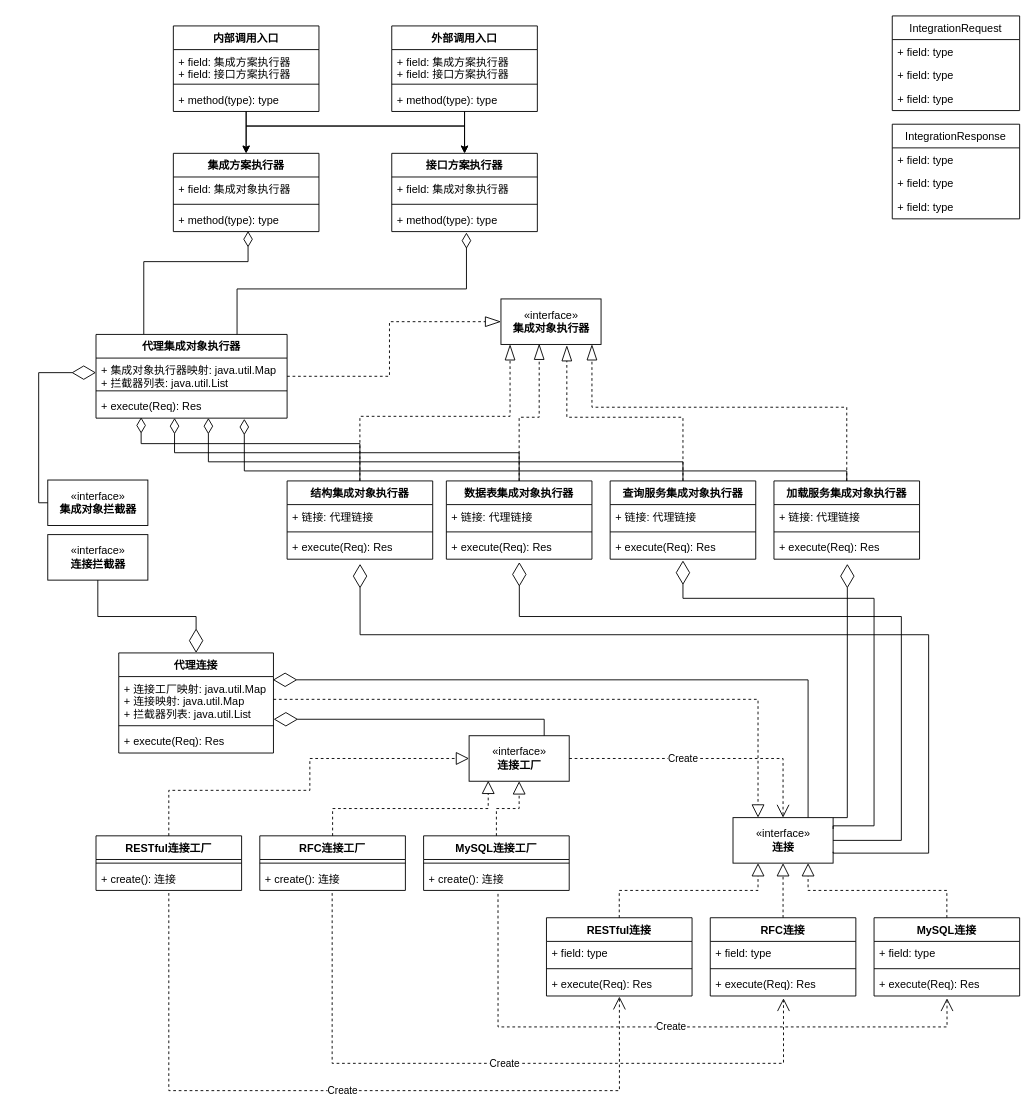
The draw.io diagram Integration.drawio in Pyr0man1ac/draw.io, before the edit. Source tidied: cells renumbered, new cells numbered last; positions are measured from the earlier drawing's top-left corner, leaving out a move shared by most shapes. Both pictures are drawn from the tidied source at 91%, with x=0, y=0 at pixel (47, 15).
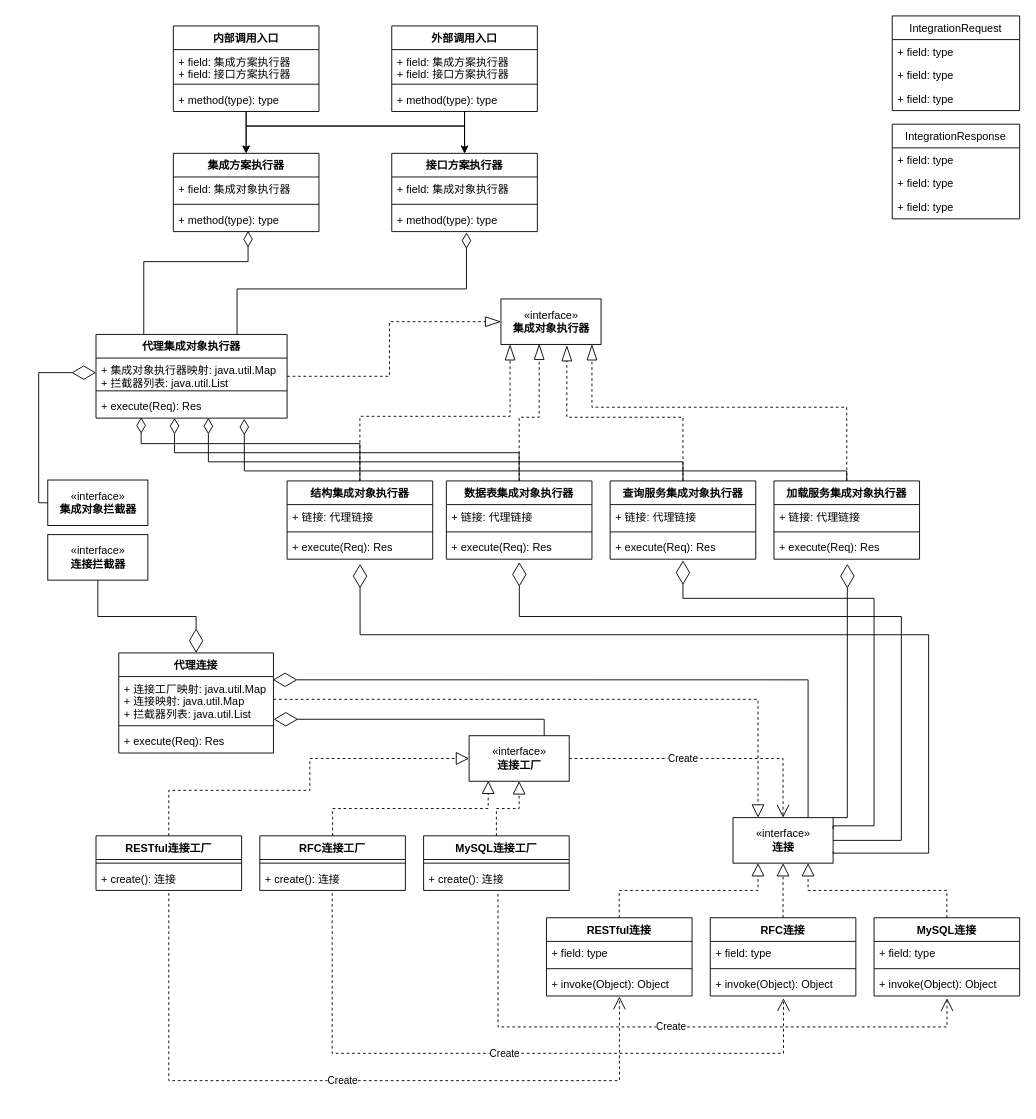
Above is the later version.

The change refers to these unchanged cells:
```xml
<mxCell id="59" value="+ create(): 连接" style="text;strokeColor=none;fillColor=none;align=left;verticalAlign=top;spacingLeft=4;spacingRight=4;overflow=hidden;points=[[0,0.5],[1,0.5]];portConstraint=eastwest;" parent="57" vertex="1">
  <mxGeometry y="34" width="160" height="26" as="geometry" />
</mxCell>
<mxCell id="62" value="+ create(): 连接" style="text;strokeColor=none;fillColor=none;align=left;verticalAlign=top;spacingLeft=4;spacingRight=4;overflow=hidden;points=[[0,0.5],[1,0.5]];portConstraint=eastwest;" parent="60" vertex="1">
  <mxGeometry y="34" width="160" height="26" as="geometry" />
</mxCell>
<mxCell id="66" value="RESTful连接" style="swimlane;fontStyle=1;align=center;verticalAlign=top;horizontal=1;startSize=26;" parent="1" vertex="1">
  <mxGeometry x="548" y="991" width="160" height="86" as="geometry" />
</mxCell>
<mxCell id="70" value="RFC连接" style="swimlane;fontStyle=1;align=center;verticalAlign=top;horizontal=1;startSize=26;" parent="1" vertex="1">
  <mxGeometry x="728" y="991" width="160" height="86" as="geometry" />
</mxCell>
<mxCell id="74" value="MySQL连接" style="swimlane;fontStyle=1;align=center;verticalAlign=top;horizontal=1;startSize=26;" parent="1" vertex="1">
  <mxGeometry x="908" y="991" width="160" height="86" as="geometry" />
</mxCell>
```

What changed in the source:
```diff
@@
-    <mxCell id="69" value="+ execute(Req): Res" style="text;strokeColor=none;fillColor=none;align=left;verticalAlign=top;spacingLeft=4;spacingRight=4;overflow=hidden;points=[[0,0.5],[1,0.5]];portConstraint=eastwest;" parent="66" vertex="1">
+    <mxCell id="69" value="+ invoke(Object): Object" style="text;strokeColor=none;fillColor=none;align=left;verticalAlign=top;spacingLeft=4;spacingRight=4;overflow=hidden;points=[[0,0.5],[1,0.5]];portConstraint=eastwest;" parent="66" vertex="1">
       <mxGeometry y="60" width="160" height="26" as="geometry" />
     </mxCell>
@@
-    <mxCell id="73" value="+ execute(Req): Res" style="text;strokeColor=none;fillColor=none;align=left;verticalAlign=top;spacingLeft=4;spacingRight=4;overflow=hidden;points=[[0,0.5],[1,0.5]];portConstraint=eastwest;" parent="70" vertex="1">
+    <mxCell id="73" value="+ invoke(Object): Object" style="text;strokeColor=none;fillColor=none;align=left;verticalAlign=top;spacingLeft=4;spacingRight=4;overflow=hidden;points=[[0,0.5],[1,0.5]];portConstraint=eastwest;" parent="70" vertex="1">
       <mxGeometry y="60" width="160" height="26" as="geometry" />
     </mxCell>
@@
-    <mxCell id="77" value="+ execute(Req): Res" style="text;strokeColor=none;fillColor=none;align=left;verticalAlign=top;spacingLeft=4;spacingRight=4;overflow=hidden;points=[[0,0.5],[1,0.5]];portConstraint=eastwest;" parent="74" vertex="1">
+    <mxCell id="77" value="+ invoke(Object): Object" style="text;strokeColor=none;fillColor=none;align=left;verticalAlign=top;spacingLeft=4;spacingRight=4;overflow=hidden;points=[[0,0.5],[1,0.5]];portConstraint=eastwest;" parent="74" vertex="1">
       <mxGeometry y="60" width="160" height="26" as="geometry" />
     </mxCell>
@@
     <mxCell id="85" value="Create" style="endArrow=open;endSize=12;dashed=1;html=1;rounded=0;exitX=0.497;exitY=1.111;exitDx=0;exitDy=0;exitPerimeter=0;entryX=0.503;entryY=1.094;entryDx=0;entryDy=0;entryPerimeter=0;edgeStyle=orthogonalEdgeStyle;" parent="1" edge="1" source="62" target="73">
       <mxGeometry relative="1" as="geometry">
         <Array as="points">
-          <mxPoint x="313" y="1151" />
-          <mxPoint x="809" y="1151" />
+          <mxPoint x="312" y="1140" />
+          <mxPoint x="808" y="1140" />
         </Array>
       </mxGeometry>
     </mxCell>
     <mxCell id="86" value="Create" style="endArrow=open;endSize=12;dashed=1;html=1;rounded=0;exitX=0.5;exitY=1.111;exitDx=0;exitDy=0;exitPerimeter=0;entryX=0.501;entryY=1.026;entryDx=0;entryDy=0;entryPerimeter=0;edgeStyle=orthogonalEdgeStyle;" parent="1" edge="1" source="59" target="69">
       <mxGeometry relative="1" as="geometry">
         <Array as="points">
-          <mxPoint x="133" y="1181" />
-          <mxPoint x="628" y="1181" />
+          <mxPoint x="133" y="1170" />
+          <mxPoint x="628" y="1170" />
         </Array>
       </mxGeometry>
     </mxCell>
```
